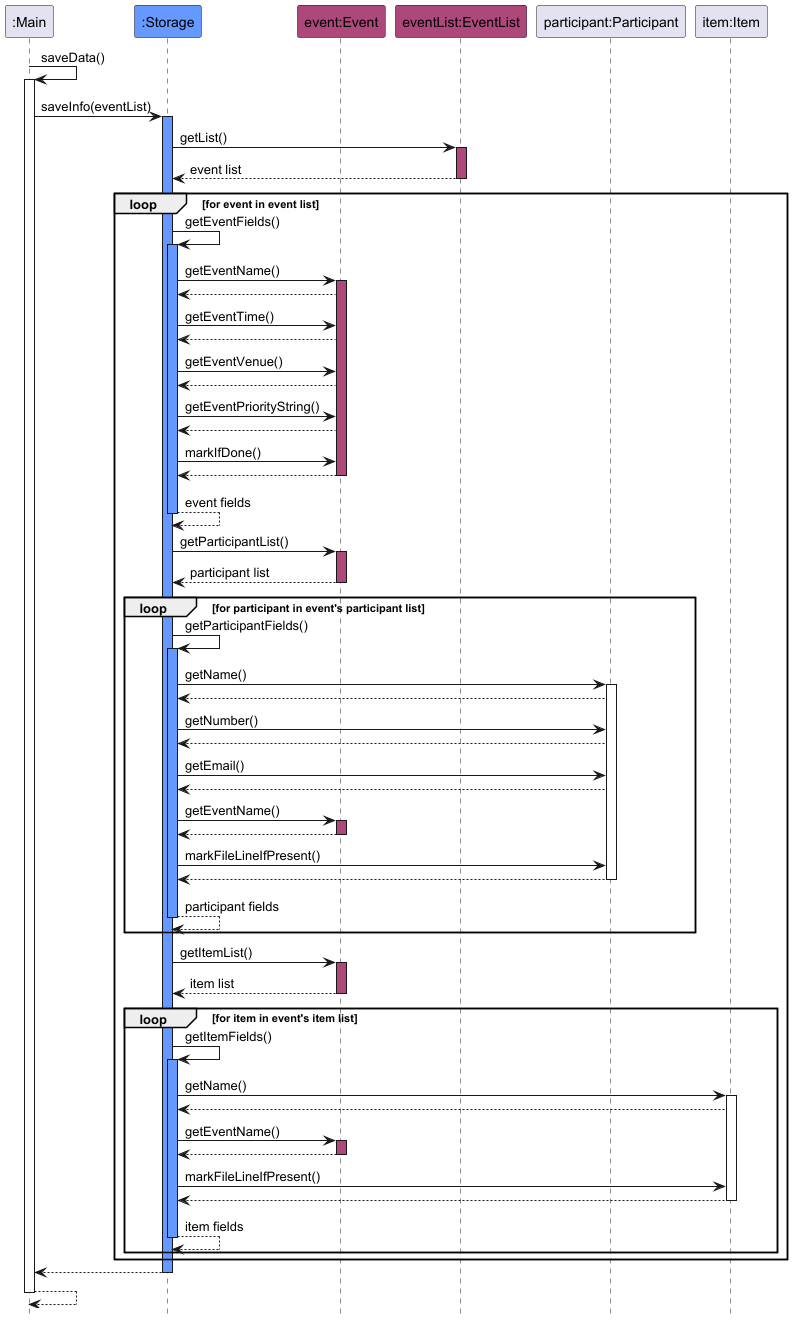
nus-cs2113-AY2425S1/tp keeps this PlantUML diagram as docs/images/StorageSavingSequenceDiagram.png. Above is the earlier version.
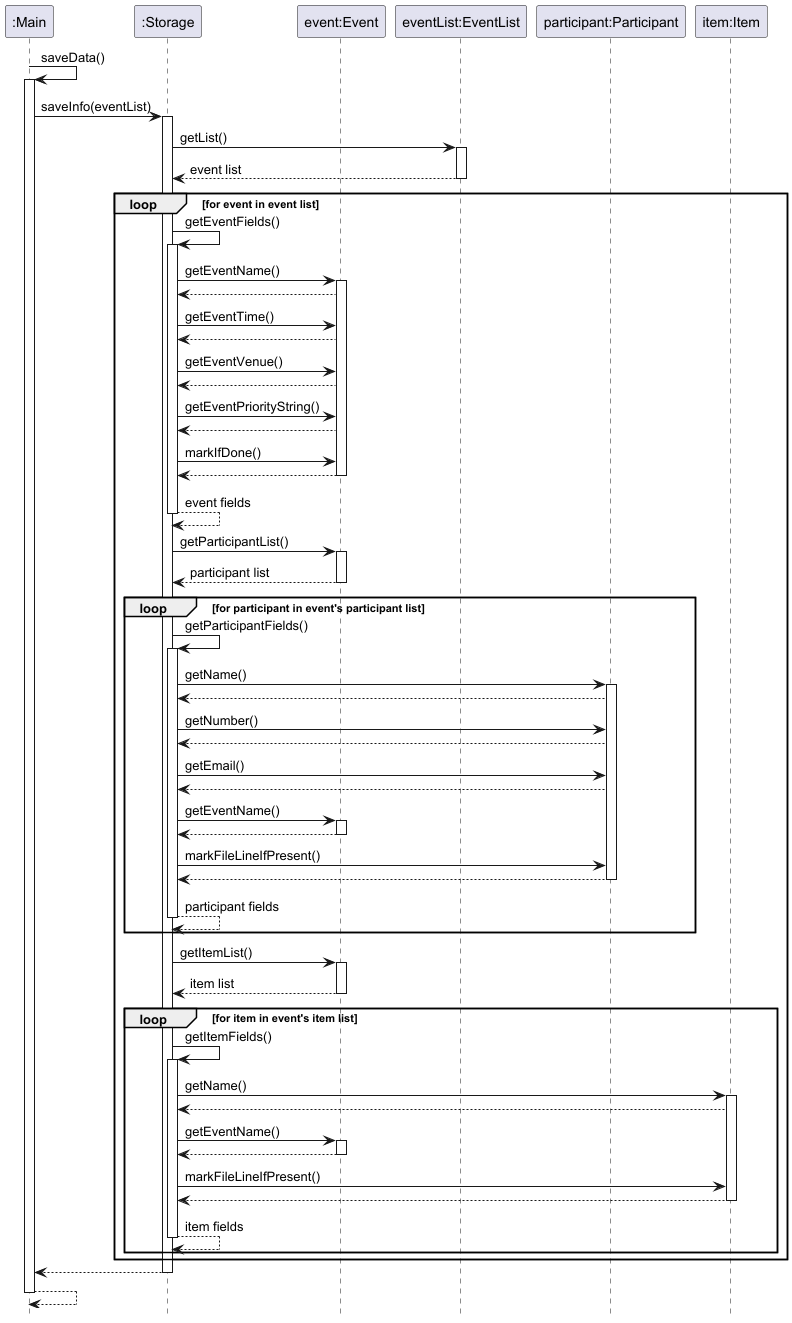
Above is the later version.

The edit, as a diff of the source:
```diff
@@ -3,28 +3,28 @@
 hide footbox
 
 Participant ":Main" as main
-Participant ":Storage" as storage STORAGE_COLOUR
-Participant "event:Event" as event EVENT_COLOUR
-Participant "eventList:EventList" as eventlist EVENT_COLOUR
+Participant ":Storage" as storage
+Participant "event:Event" as event
+Participant "eventList:EventList" as eventlist
 Participant "participant:Participant" as participant
 Participant "item:Item" as item
 
 main -> main : saveData()
 activate main
 main -> storage : saveInfo(eventList)
-activate storage STORAGE_COLOUR
+activate storage
 
 storage -> eventlist : getList()
-activate eventlist EVENT_COLOUR
+activate eventlist
 return event list
 
 loop for event in event list
 
 storage -> storage : getEventFields()
-activate storage STORAGE_COLOUR
+activate storage
 
 storage -> event : getEventName()
-activate event EVENT_COLOUR
+activate event
 event --> storage
 storage -> event : getEventTime()
 event --> storage
@@ -39,13 +39,13 @@
 return event fields
 
 storage -> event : getParticipantList()
-activate event EVENT_COLOUR
+activate event
 return participant list
 
 loop for participant in event's participant list
 
 storage -> storage : getParticipantFields()
-activate storage STORAGE_COLOUR
+activate storage
 
 storage -> participant : getName()
 activate participant
@@ -55,7 +55,7 @@
 storage -> participant : getEmail()
 participant --> storage
 storage -> event : getEventName()
-activate event EVENT_COLOUR
+activate event
 event --> storage
 deactivate event
 storage -> participant : markFileLineIfPresent()
@@ -67,19 +67,19 @@
 end
 
 storage -> event : getItemList()
-activate event EVENT_COLOUR
+activate event
 return item list
 
 loop for item in event's item list
 
 storage -> storage : getItemFields()
-activate storage STORAGE_COLOUR
+activate storage
 
 storage -> item : getName()
 activate item
 item --> storage
 storage -> event : getEventName()
-activate event EVENT_COLOUR
+activate event
 event --> storage
 deactivate event
 storage -> item : markFileLineIfPresent()
```
